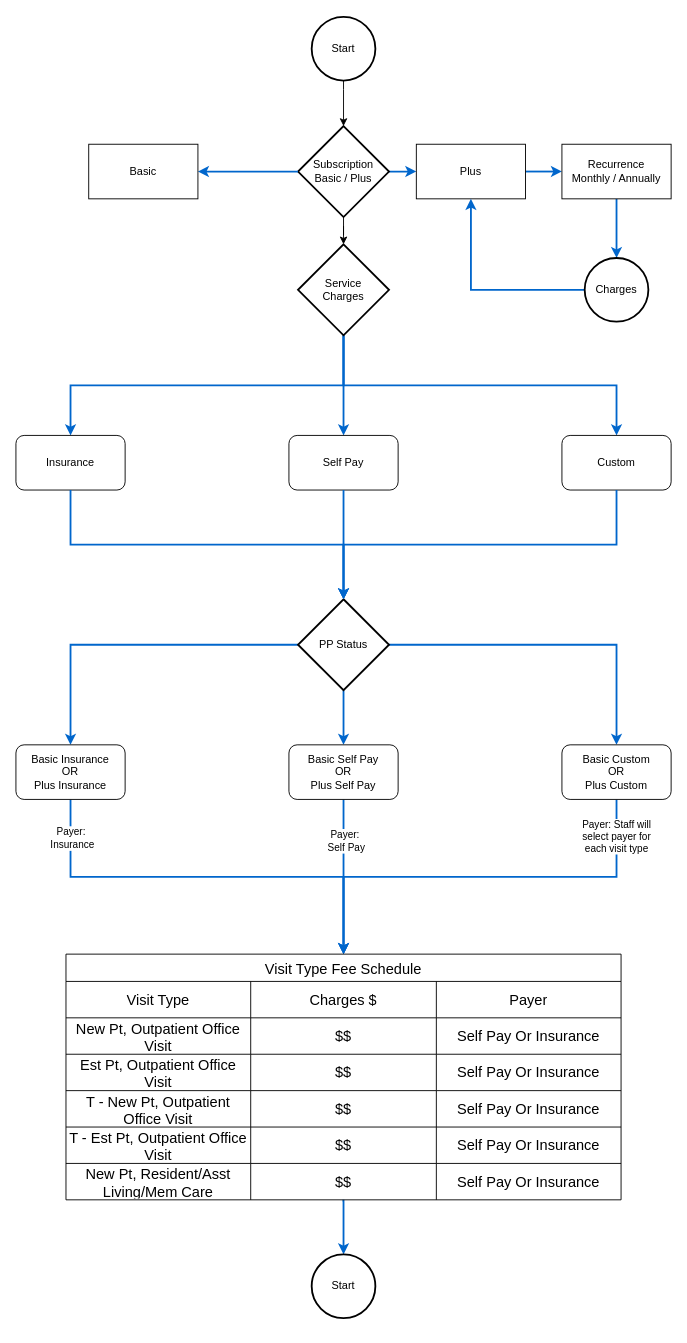
Earlier version of the draw.io diagram PreferedPartnerCharge.drawio (fkbhatti/EHR_Diagrams). Source tidied: cells renumbered, new cells numbered last; positions are measured from the earlier drawing's top-left corner, leaving out a move shared by most shapes. Both pictures are drawn from the tidied source at 91%, with x=0, y=0 at pixel (15, 16).
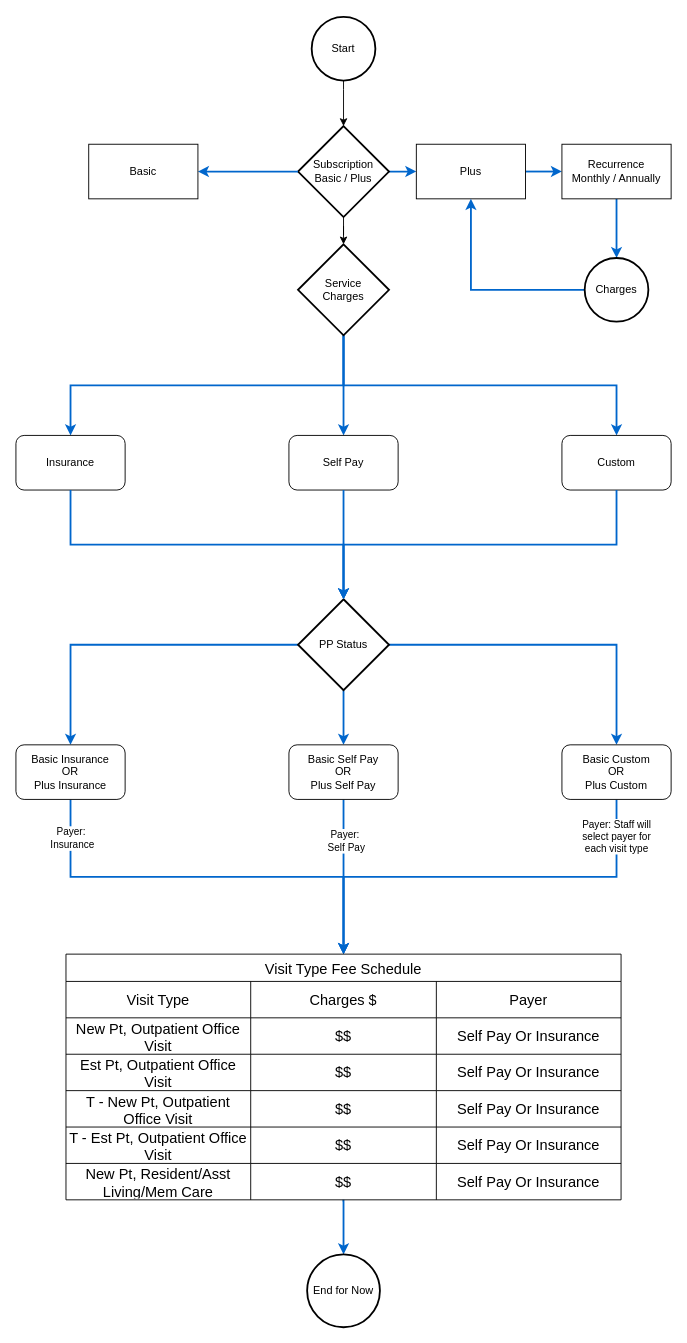
The same page after the edit.

Diff of the diagram source:
```diff
@@
-    <mxCell id="64" value="Start" style="strokeWidth=2;html=1;shape=mxgraph.flowchart.start_2;whiteSpace=wrap;" parent="1" vertex="1">
-      <mxGeometry x="325" y="1360" width="70" height="70" as="geometry" />
+    <mxCell id="64" value="End for Now" style="strokeWidth=2;html=1;shape=mxgraph.flowchart.start_2;whiteSpace=wrap;" parent="1" vertex="1">
+      <mxGeometry x="320" y="1360" width="80" height="80" as="geometry" />
     </mxCell>
```
